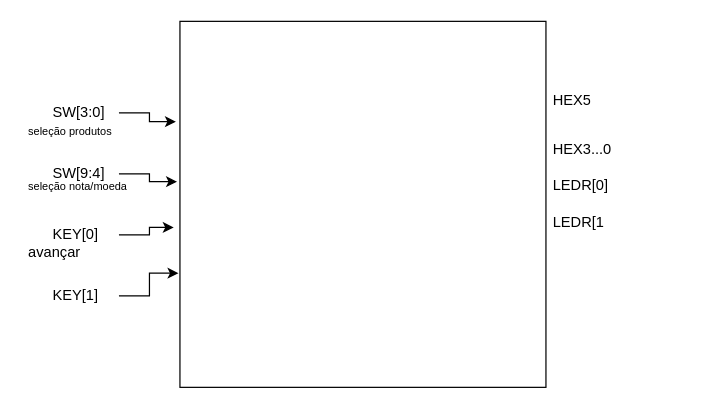
The draw.io diagram P1/diagramaBloco.drawio in caio-unicamp/MC613_Best_Group, before the edit. Source tidied: cells renumbered, new cells numbered last; positions are measured from the earlier drawing's top-left corner, leaving out a move shared by most shapes. Both pictures are drawn from the tidied source at 122%, with x=0, y=0 at pixel (21, 21).
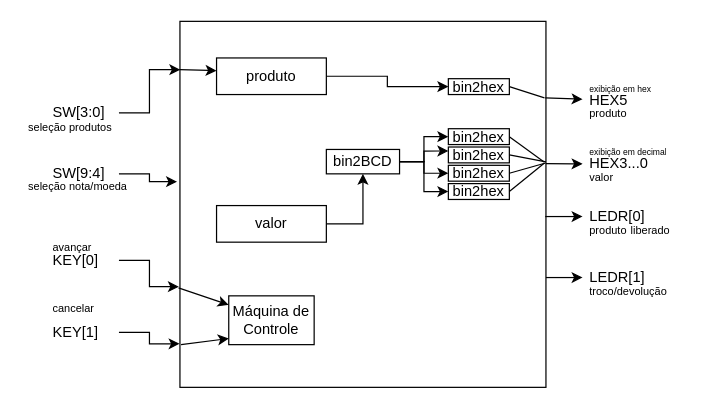
The same diagram, later.

Commit message:
diagrama inicial

The change refers to these unchanged cells:
```xml
<mxCell id="2" style="whiteSpace=wrap;html=1;" parent="1" vertex="1">
  <mxGeometry x="130" width="300" height="300" as="geometry" />
</mxCell>
<mxCell id="3" value="SW[3:0]" style="text;strokeColor=none;fillColor=none;align=left;verticalAlign=middle;spacingLeft=4;spacingRight=4;overflow=hidden;points=[[0,0.5],[1,0.5]];portConstraint=eastwest;whiteSpace=wrap;html=1;" parent="1" vertex="1">
  <mxGeometry x="20" y="60" width="60" height="30" as="geometry" />
</mxCell>
```

Diff of the diagram source:
```diff
@@
     <mxCell id="5" value="KEY[0]" style="text;strokeColor=none;fillColor=none;align=left;verticalAlign=middle;spacingLeft=4;spacingRight=4;overflow=hidden;points=[[0,0.5],[1,0.5]];portConstraint=eastwest;whiteSpace=wrap;html=1;" parent="1" vertex="1">
-      <mxGeometry x="20" y="160" width="60" height="30" as="geometry" />
+      <mxGeometry x="20" y="181" width="60" height="30" as="geometry" />
     </mxCell>
     <mxCell id="6" value="KEY[1]" style="text;strokeColor=none;fillColor=none;align=left;verticalAlign=middle;spacingLeft=4;spacingRight=4;overflow=hidden;points=[[0,0.5],[1,0.5]];portConstraint=eastwest;whiteSpace=wrap;html=1;" parent="1" vertex="1">
-      <mxGeometry x="20" y="210" width="60" height="30" as="geometry" />
+      <mxGeometry x="20" y="240" width="60" height="30" as="geometry" />
     </mxCell>
@@
-    <mxCell id="8" style="edgeStyle=orthogonalEdgeStyle;rounded=0;jettySize=auto;html=1;exitX=1;exitY=0.5;exitDx=0;exitDy=0;entryX=-0.004;entryY=0.688;entryDx=0;entryDy=0;entryPerimeter=0;" parent="1" edge="1" source="6" target="2">
+    <mxCell id="8" style="edgeStyle=orthogonalEdgeStyle;rounded=0;jettySize=auto;html=1;exitX=1;exitY=0.5;exitDx=0;exitDy=0;entryX=-0.001;entryY=0.881;entryDx=0;entryDy=0;entryPerimeter=0;" parent="1" edge="1" source="6" target="2">
       <mxGeometry relative="1" as="geometry" />
     </mxCell>
-    <mxCell id="9" style="edgeStyle=orthogonalEdgeStyle;rounded=0;jettySize=auto;html=1;exitX=1;exitY=0.5;exitDx=0;exitDy=0;entryX=-0.017;entryY=0.563;entryDx=0;entryDy=0;entryPerimeter=0;" parent="1" edge="1" source="5" target="2">
+    <mxCell id="9" style="edgeStyle=orthogonalEdgeStyle;rounded=0;jettySize=auto;html=1;exitX=1;exitY=0.5;exitDx=0;exitDy=0;entryX=-0.003;entryY=0.725;entryDx=0;entryDy=0;entryPerimeter=0;" parent="1" edge="1" source="5" target="2">
       <mxGeometry relative="1" as="geometry" />
     </mxCell>
     <mxCell id="10" value="HEX5" style="text;strokeColor=none;fillColor=none;align=left;verticalAlign=middle;spacingLeft=4;spacingRight=4;overflow=hidden;points=[[0,0.5],[1,0.5]];portConstraint=eastwest;whiteSpace=wrap;html=1;" parent="1" vertex="1">
-      <mxGeometry x="430" y="50" width="60" height="30" as="geometry" />
+      <mxGeometry x="460" y="50" width="60" height="30" as="geometry" />
     </mxCell>
     <mxCell id="11" value="HEX3...0" style="text;strokeColor=none;fillColor=none;align=left;verticalAlign=middle;spacingLeft=4;spacingRight=4;overflow=hidden;points=[[0,0.5],[1,0.5]];portConstraint=eastwest;whiteSpace=wrap;html=1;" parent="1" vertex="1">
-      <mxGeometry x="430" y="90" width="60" height="30" as="geometry" />
+      <mxGeometry x="460" y="102" width="60" height="30" as="geometry" />
     </mxCell>
     <mxCell id="12" value="LEDR[0]" style="text;strokeColor=none;fillColor=none;align=left;verticalAlign=middle;spacingLeft=4;spacingRight=4;overflow=hidden;points=[[0,0.5],[1,0.5]];portConstraint=eastwest;whiteSpace=wrap;html=1;" parent="1" vertex="1">
-      <mxGeometry x="430" y="120" width="60" height="30" as="geometry" />
+      <mxGeometry x="460" y="145" width="60" height="30" as="geometry" />
     </mxCell>
-    <mxCell id="13" value="LEDR[1" style="text;strokeColor=none;fillColor=none;align=left;verticalAlign=middle;spacingLeft=4;spacingRight=4;overflow=hidden;points=[[0,0.5],[1,0.5]];portConstraint=eastwest;whiteSpace=wrap;html=1;" parent="1" vertex="1">
-      <mxGeometry x="430" y="150" width="60" height="30" as="geometry" />
+    <mxCell id="13" value="LEDR[1]" style="text;strokeColor=none;fillColor=none;align=left;verticalAlign=middle;spacingLeft=4;spacingRight=4;overflow=hidden;points=[[0,0.5],[1,0.5]];portConstraint=eastwest;whiteSpace=wrap;html=1;" parent="1" vertex="1">
+      <mxGeometry x="460" y="195" width="60" height="30" as="geometry" />
     </mxCell>
-    <mxCell id="14" style="edgeStyle=orthogonalEdgeStyle;rounded=0;jettySize=auto;html=1;exitX=1;exitY=0.5;exitDx=0;exitDy=0;entryX=-0.011;entryY=0.274;entryDx=0;entryDy=0;entryPerimeter=0;" parent="1" edge="1" source="3" target="2">
+    <mxCell id="14" style="edgeStyle=orthogonalEdgeStyle;rounded=0;jettySize=auto;html=1;exitX=1;exitY=0.5;exitDx=0;exitDy=0;entryX=0.001;entryY=0.132;entryDx=0;entryDy=0;entryPerimeter=0;" parent="1" edge="1" source="3" target="2">
       <mxGeometry relative="1" as="geometry" />
     </mxCell>
     <mxCell id="15" value="&lt;font style=&quot;font-size: 9px;&quot;&gt;seleção produtos&lt;/font&gt;" style="text;strokeColor=none;fillColor=none;align=left;verticalAlign=middle;spacingLeft=4;spacingRight=4;overflow=hidden;whiteSpace=wrap;html=1;" parent="1" vertex="1">
-      <mxGeometry y="80" width="90" height="20" as="geometry" />
+      <mxGeometry y="76" width="90" height="20" as="geometry" />
     </mxCell>
@@
-    <mxCell id="17" value="avançar" style="text;strokeColor=none;fillColor=none;align=left;verticalAlign=middle;spacingLeft=4;spacingRight=4;overflow=hidden;whiteSpace=wrap;html=1;" parent="1" vertex="1">
-      <mxGeometry y="180" width="100" height="20" as="geometry" />
+    <mxCell id="17" value="&lt;font style=&quot;font-size: 9px;&quot;&gt;avançar&lt;/font&gt;" style="text;strokeColor=none;fillColor=none;align=left;verticalAlign=middle;spacingLeft=4;spacingRight=4;overflow=hidden;whiteSpace=wrap;html=1;" parent="1" vertex="1">
+      <mxGeometry x="20" y="175" width="100" height="20" as="geometry" />
     </mxCell>
+    <mxCell id="18" value="&lt;font style=&quot;font-size: 9px;&quot;&gt;cancelar&lt;/font&gt;" style="text;strokeColor=none;fillColor=none;align=left;verticalAlign=middle;spacingLeft=4;spacingRight=4;overflow=hidden;whiteSpace=wrap;html=1;" parent="1" vertex="1">
+      <mxGeometry x="20" y="225" width="100" height="20" as="geometry" />
+    </mxCell>
+    <mxCell id="19" value="&lt;font style=&quot;font-size: 9px;&quot;&gt;produto&lt;/font&gt;" style="text;strokeColor=none;fillColor=none;align=left;verticalAlign=middle;spacingLeft=4;spacingRight=4;overflow=hidden;whiteSpace=wrap;html=1;" parent="1" vertex="1">
+      <mxGeometry x="460" y="65" width="90" height="20" as="geometry" />
+    </mxCell>
+    <mxCell id="20" value="&lt;font style=&quot;font-size: 9px;&quot;&gt;valor&lt;/font&gt;" style="text;strokeColor=none;fillColor=none;align=left;verticalAlign=middle;spacingLeft=4;spacingRight=4;overflow=hidden;whiteSpace=wrap;html=1;" parent="1" vertex="1">
+      <mxGeometry x="460" y="117" width="90" height="20" as="geometry" />
+    </mxCell>
+    <mxCell id="21" value="&lt;font style=&quot;font-size: 9px;&quot;&gt;produto&lt;/font&gt;&amp;nbsp;&lt;font style=&quot;font-size: 9px;&quot;&gt;liberado&lt;/font&gt;" style="text;strokeColor=none;fillColor=none;align=left;verticalAlign=middle;spacingLeft=4;spacingRight=4;overflow=hidden;whiteSpace=wrap;html=1;" parent="1" vertex="1">
+      <mxGeometry x="460" y="161" width="90" height="20" as="geometry" />
+    </mxCell>
+    <mxCell id="22" value="&lt;font style=&quot;font-size: 9px;&quot;&gt;troco/devolução&lt;/font&gt;" style="text;strokeColor=none;fillColor=none;align=left;verticalAlign=middle;spacingLeft=4;spacingRight=4;overflow=hidden;whiteSpace=wrap;html=1;" parent="1" vertex="1">
+      <mxGeometry x="460" y="211" width="90" height="20" as="geometry" />
+    </mxCell>
+    <mxCell id="23" style="endArrow=classic;html=1;rounded=0;exitX=0.998;exitY=0.199;exitDx=0;exitDy=0;exitPerimeter=0;" parent="1" edge="1" target="10">
+      <mxGeometry relative="1" as="geometry">
+        <mxPoint x="429.4" y="62.7" as="sourcePoint" />
+      </mxGeometry>
+    </mxCell>
+    <mxCell id="24" style="endArrow=classic;html=1;rounded=0;exitX=0.998;exitY=0.199;exitDx=0;exitDy=0;exitPerimeter=0;" parent="1" edge="1" target="11">
+      <mxGeometry relative="1" as="geometry">
+        <mxPoint x="430" y="116.6" as="sourcePoint" />
+      </mxGeometry>
+    </mxCell>
+    <mxCell id="25" style="endArrow=classic;html=1;rounded=0;exitX=0.998;exitY=0.199;exitDx=0;exitDy=0;exitPerimeter=0;" parent="1" edge="1" target="12">
+      <mxGeometry relative="1" as="geometry">
+        <mxPoint x="429.4" y="160" as="sourcePoint" />
+      </mxGeometry>
+    </mxCell>
+    <mxCell id="26" style="endArrow=classic;html=1;rounded=0;exitX=0.998;exitY=0.199;exitDx=0;exitDy=0;exitPerimeter=0;" parent="1" edge="1" target="13">
+      <mxGeometry relative="1" as="geometry">
+        <mxPoint x="430" y="210" as="sourcePoint" />
+      </mxGeometry>
+    </mxCell>
+    <mxCell id="27" style="edgeStyle=orthogonalEdgeStyle;rounded=0;jettySize=auto;html=1;entryX=0;entryY=0.5;entryDx=0;entryDy=0;" parent="1" edge="1" source="28" target="39">
+      <mxGeometry relative="1" as="geometry" />
+    </mxCell>
+    <mxCell id="28" value="produto" style="rounded=0;whiteSpace=wrap;html=1;" parent="1" vertex="1">
+      <mxGeometry x="160" y="30" width="90" height="30" as="geometry" />
+    </mxCell>
+    <mxCell id="29" style="edgeStyle=orthogonalEdgeStyle;rounded=0;jettySize=auto;html=1;entryX=0.5;entryY=1;entryDx=0;entryDy=0;exitX=1;exitY=0.5;exitDx=0;exitDy=0;" parent="1" edge="1" source="30" target="45">
+      <mxGeometry relative="1" as="geometry" />
+    </mxCell>
+    <mxCell id="30" value="valor" style="rounded=0;whiteSpace=wrap;html=1;" parent="1" vertex="1">
+      <mxGeometry x="160" y="151" width="90" height="30" as="geometry" />
+    </mxCell>
+    <mxCell id="31" value="bin2hex" style="rounded=0;whiteSpace=wrap;html=1;" parent="1" vertex="1">
+      <mxGeometry x="350" y="103" width="50" height="13" as="geometry" />
+    </mxCell>
+    <mxCell id="32" value="bin2hex" style="rounded=0;whiteSpace=wrap;html=1;" parent="1" vertex="1">
+      <mxGeometry x="350" y="88" width="50" height="13" as="geometry" />
+    </mxCell>
+    <mxCell id="33" value="bin2hex" style="rounded=0;whiteSpace=wrap;html=1;" parent="1" vertex="1">
+      <mxGeometry x="350" y="118" width="50" height="13" as="geometry" />
+    </mxCell>
+    <mxCell id="34" value="bin2hex" style="rounded=0;whiteSpace=wrap;html=1;" parent="1" vertex="1">
+      <mxGeometry x="350" y="133" width="50" height="13" as="geometry" />
+    </mxCell>
+    <mxCell id="35" style="endArrow=none;html=1;rounded=0;exitX=1;exitY=0.5;exitDx=0;exitDy=0;entryX=0.995;entryY=0.384;entryDx=0;entryDy=0;entryPerimeter=0;" parent="1" edge="1" source="32" target="2">
+      <mxGeometry relative="1" as="geometry" />
+    </mxCell>
+    <mxCell id="36" style="endArrow=none;html=1;rounded=0;exitX=1;exitY=0.5;exitDx=0;exitDy=0;entryX=1;entryY=0.384;entryDx=0;entryDy=0;entryPerimeter=0;" parent="1" edge="1" source="31" target="2">
+      <mxGeometry relative="1" as="geometry" />
+    </mxCell>
+    <mxCell id="37" style="endArrow=none;html=1;rounded=0;exitX=1;exitY=0.5;exitDx=0;exitDy=0;entryX=0.999;entryY=0.387;entryDx=0;entryDy=0;entryPerimeter=0;" parent="1" edge="1" source="33" target="2">
+      <mxGeometry relative="1" as="geometry" />
+    </mxCell>
+    <mxCell id="38" style="endArrow=none;html=1;rounded=0;exitX=1;exitY=0.5;exitDx=0;exitDy=0;entryX=0.996;entryY=0.387;entryDx=0;entryDy=0;entryPerimeter=0;" parent="1" edge="1" source="34" target="2">
+      <mxGeometry relative="1" as="geometry" />
+    </mxCell>
+    <mxCell id="39" value="bin2hex" style="rounded=0;whiteSpace=wrap;html=1;" parent="1" vertex="1">
+      <mxGeometry x="350" y="47" width="50" height="13" as="geometry" />
+    </mxCell>
+    <mxCell id="40" style="endArrow=none;html=1;rounded=0;exitX=1;exitY=0.5;exitDx=0;exitDy=0;entryX=0.996;entryY=0.209;entryDx=0;entryDy=0;entryPerimeter=0;" parent="1" edge="1" source="39" target="2">
+      <mxGeometry relative="1" as="geometry" />
+    </mxCell>
+    <mxCell id="41" style="edgeStyle=orthogonalEdgeStyle;rounded=0;jettySize=auto;html=1;entryX=0;entryY=0.5;entryDx=0;entryDy=0;" parent="1" edge="1" source="45" target="32">
+      <mxGeometry relative="1" as="geometry" />
+    </mxCell>
+    <mxCell id="42" style="edgeStyle=orthogonalEdgeStyle;rounded=0;jettySize=auto;html=1;entryX=0;entryY=0.25;entryDx=0;entryDy=0;" parent="1" edge="1" source="45" target="31">
+      <mxGeometry relative="1" as="geometry" />
+    </mxCell>
+    <mxCell id="43" style="edgeStyle=orthogonalEdgeStyle;rounded=0;jettySize=auto;html=1;entryX=0;entryY=0.5;entryDx=0;entryDy=0;" parent="1" edge="1" source="45" target="33">
+      <mxGeometry relative="1" as="geometry" />
+    </mxCell>
+    <mxCell id="44" style="edgeStyle=orthogonalEdgeStyle;rounded=0;jettySize=auto;html=1;entryX=0;entryY=0.5;entryDx=0;entryDy=0;" parent="1" edge="1" source="45" target="34">
+      <mxGeometry relative="1" as="geometry" />
+    </mxCell>
+    <mxCell id="45" value="bin2BCD" style="rounded=0;whiteSpace=wrap;html=1;" parent="1" vertex="1">
+      <mxGeometry x="250" y="105" width="60" height="20" as="geometry" />
+    </mxCell>
+    <mxCell id="46" style="endArrow=classic;html=1;rounded=0;exitX=-0.001;exitY=0.132;exitDx=0;exitDy=0;exitPerimeter=0;entryX=0;entryY=0.347;entryDx=0;entryDy=0;entryPerimeter=0;" parent="1" edge="1" source="2" target="28">
+      <mxGeometry relative="1" as="geometry" />
+    </mxCell>
+    <mxCell id="47" value="Máquina de Controle" style="rounded=0;whiteSpace=wrap;html=1;" parent="1" vertex="1">
+      <mxGeometry x="170" y="225" width="70" height="40" as="geometry" />
+    </mxCell>
+    <mxCell id="48" style="endArrow=classic;html=1;rounded=0;exitX=-0.004;exitY=0.728;exitDx=0;exitDy=0;exitPerimeter=0;entryX=0;entryY=0.185;entryDx=0;entryDy=0;entryPerimeter=0;" parent="1" edge="1" source="2" target="47">
+      <mxGeometry relative="1" as="geometry" />
+    </mxCell>
+    <mxCell id="49" style="endArrow=classic;html=1;rounded=0;exitX=0.003;exitY=0.883;exitDx=0;exitDy=0;exitPerimeter=0;" parent="1" edge="1" source="2">
+      <mxGeometry relative="1" as="geometry">
+        <mxPoint x="170" y="260" as="targetPoint" />
+      </mxGeometry>
+    </mxCell>
+    <mxCell id="50" value="&lt;font style=&quot;font-size: 7px;&quot;&gt;exibição em hex&lt;/font&gt;" style="text;strokeColor=none;fillColor=none;align=left;verticalAlign=middle;spacingLeft=4;spacingRight=4;overflow=hidden;whiteSpace=wrap;html=1;" parent="1" vertex="1">
+      <mxGeometry x="460" y="43.5" width="70" height="20" as="geometry" />
+    </mxCell>
+    <mxCell id="51" value="&lt;font style=&quot;font-size: 7px;&quot;&gt;exibição em decimal&lt;/font&gt;" style="text;strokeColor=none;fillColor=none;align=left;verticalAlign=middle;spacingLeft=4;spacingRight=4;overflow=hidden;whiteSpace=wrap;html=1;" parent="1" vertex="1">
+      <mxGeometry x="460" y="96" width="80" height="20" as="geometry" />
+    </mxCell>
```
